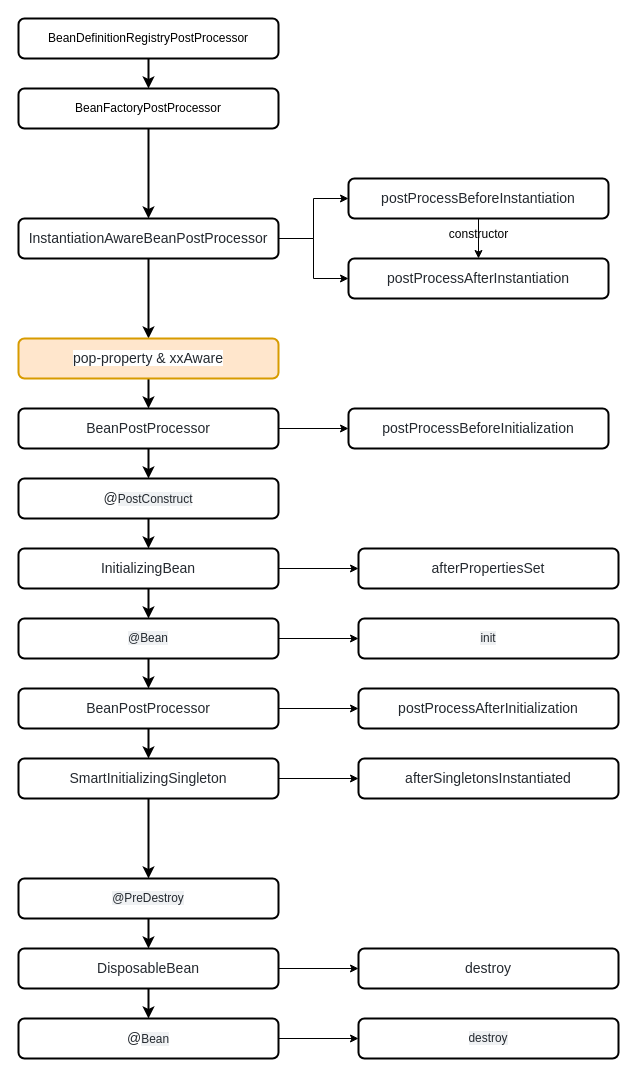
The draw.io diagram diagram/02.spring-bean.drawio in Alice52/spring-5.2.x, before the edit. Source tidied: cells renumbered, new cells numbered last; positions are measured from the earlier drawing's top-left corner, leaving out a move shared by most shapes. Both pictures are drawn from the tidied source at 100%, with x=0, y=0 at pixel (18, 18).
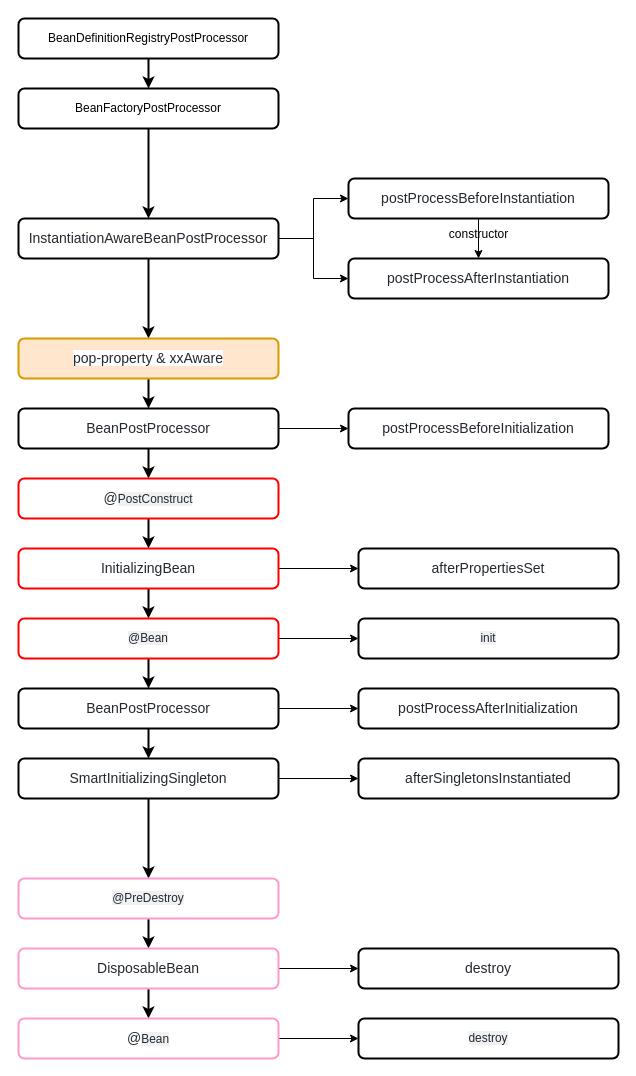
After the change.

Commit message (it also covers changes not shown here):
bean: add bean definition load flow

What changed in the source:
```diff
@@
-    <mxCell id="20" value="&lt;span style=&quot;color: rgb(36 , 41 , 47) ; font-family: , &amp;#34;blinkmacsystemfont&amp;#34; , &amp;#34;segoe ui&amp;#34; , &amp;#34;helvetica&amp;#34; , &amp;#34;arial&amp;#34; , sans-serif , &amp;#34;apple color emoji&amp;#34; , &amp;#34;segoe ui emoji&amp;#34; ; font-size: 14px ; text-align: left ; background-color: rgb(255 , 255 , 255)&quot;&gt;@&lt;/span&gt;&lt;span style=&quot;color: rgb(36 , 41 , 47) ; font-family: , , &amp;#34;sf mono&amp;#34; , &amp;#34;menlo&amp;#34; , &amp;#34;consolas&amp;#34; , &amp;#34;liberation mono&amp;#34; , monospace ; font-size: 11.9px ; text-align: left ; background-color: rgba(175 , 184 , 193 , 0.2)&quot;&gt;PostConstruct&lt;/span&gt;" style="rounded=1;whiteSpace=wrap;html=1;strokeWidth=2;fontStyle=0;" parent="1" vertex="1">
+    <mxCell id="20" value="&lt;span style=&quot;color: rgb(36 , 41 , 47) ; font-family: , &amp;#34;blinkmacsystemfont&amp;#34; , &amp;#34;segoe ui&amp;#34; , &amp;#34;helvetica&amp;#34; , &amp;#34;arial&amp;#34; , sans-serif , &amp;#34;apple color emoji&amp;#34; , &amp;#34;segoe ui emoji&amp;#34; ; font-size: 14px ; text-align: left ; background-color: rgb(255 , 255 , 255)&quot;&gt;@&lt;/span&gt;&lt;span style=&quot;color: rgb(36 , 41 , 47) ; font-family: , , &amp;#34;sf mono&amp;#34; , &amp;#34;menlo&amp;#34; , &amp;#34;consolas&amp;#34; , &amp;#34;liberation mono&amp;#34; , monospace ; font-size: 11.9px ; text-align: left ; background-color: rgba(175 , 184 , 193 , 0.2)&quot;&gt;PostConstruct&lt;/span&gt;" style="rounded=1;whiteSpace=wrap;html=1;strokeWidth=2;fontStyle=0;strokeColor=#FF0000;" parent="1" vertex="1">
       <mxGeometry y="460" width="260" height="40" as="geometry" />
     </mxCell>
@@
-    <mxCell id="23" value="&lt;span style=&quot;color: rgb(36, 41, 47); font-size: 14px; font-style: normal; font-weight: 400; letter-spacing: normal; text-align: left; text-indent: 0px; text-transform: none; word-spacing: 0px; background-color: rgb(255, 255, 255); display: inline; float: none;&quot;&gt;InitializingBean&lt;/span&gt;" style="rounded=1;whiteSpace=wrap;html=1;strokeWidth=2;fontStyle=0;" parent="1" vertex="1">
+    <mxCell id="23" value="&lt;span style=&quot;color: rgb(36, 41, 47); font-size: 14px; font-style: normal; font-weight: 400; letter-spacing: normal; text-align: left; text-indent: 0px; text-transform: none; word-spacing: 0px; background-color: rgb(255, 255, 255); display: inline; float: none;&quot;&gt;InitializingBean&lt;/span&gt;" style="rounded=1;whiteSpace=wrap;html=1;strokeWidth=2;fontStyle=0;strokeColor=#FF0000;" parent="1" vertex="1">
       <mxGeometry y="530" width="260" height="40" as="geometry" />
     </mxCell>
@@
-    <mxCell id="27" value="&lt;span style=&quot;color: rgb(36 , 41 , 47) ; font-family: , , &amp;#34;sf mono&amp;#34; , &amp;#34;menlo&amp;#34; , &amp;#34;consolas&amp;#34; , &amp;#34;liberation mono&amp;#34; , monospace ; font-size: 11.9px ; text-align: left ; background-color: rgba(175 , 184 , 193 , 0.2)&quot;&gt;@Bean&lt;/span&gt;" style="rounded=1;whiteSpace=wrap;html=1;strokeWidth=2;fontStyle=0;" parent="1" vertex="1">
+    <mxCell id="27" value="&lt;span style=&quot;color: rgb(36 , 41 , 47) ; font-family: , , &amp;#34;sf mono&amp;#34; , &amp;#34;menlo&amp;#34; , &amp;#34;consolas&amp;#34; , &amp;#34;liberation mono&amp;#34; , monospace ; font-size: 11.9px ; text-align: left ; background-color: rgba(175 , 184 , 193 , 0.2)&quot;&gt;@Bean&lt;/span&gt;" style="rounded=1;whiteSpace=wrap;html=1;strokeWidth=2;fontStyle=0;strokeColor=#FF0000;" parent="1" vertex="1">
       <mxGeometry y="600" width="260" height="40" as="geometry" />
     </mxCell>
@@
-    <mxCell id="38" value="&lt;span style=&quot;color: rgb(36 , 41 , 47) ; font-family: , , &amp;#34;sf mono&amp;#34; , &amp;#34;menlo&amp;#34; , &amp;#34;consolas&amp;#34; , &amp;#34;liberation mono&amp;#34; , monospace ; font-size: 11.9px ; text-align: left ; background-color: rgba(175 , 184 , 193 , 0.2)&quot;&gt;@PreDestroy&lt;/span&gt;" style="rounded=1;whiteSpace=wrap;html=1;strokeWidth=2;fontStyle=0;" parent="1" vertex="1">
+    <mxCell id="38" value="&lt;span style=&quot;color: rgb(36 , 41 , 47) ; font-family: , , &amp;#34;sf mono&amp;#34; , &amp;#34;menlo&amp;#34; , &amp;#34;consolas&amp;#34; , &amp;#34;liberation mono&amp;#34; , monospace ; font-size: 11.9px ; text-align: left ; background-color: rgba(175 , 184 , 193 , 0.2)&quot;&gt;@PreDestroy&lt;/span&gt;" style="rounded=1;whiteSpace=wrap;html=1;strokeWidth=2;fontStyle=0;strokeColor=#FF99CC;" parent="1" vertex="1">
       <mxGeometry y="860" width="260" height="40" as="geometry" />
     </mxCell>
@@
-    <mxCell id="41" value="&lt;span style=&quot;color: rgb(36, 41, 47); font-size: 14px; font-style: normal; font-weight: 400; letter-spacing: normal; text-align: left; text-indent: 0px; text-transform: none; word-spacing: 0px; background-color: rgb(255, 255, 255); display: inline; float: none;&quot;&gt;DisposableBean&lt;/span&gt;" style="rounded=1;whiteSpace=wrap;html=1;strokeWidth=2;fontStyle=0;" parent="1" vertex="1">
+    <mxCell id="41" value="&lt;span style=&quot;color: rgb(36, 41, 47); font-size: 14px; font-style: normal; font-weight: 400; letter-spacing: normal; text-align: left; text-indent: 0px; text-transform: none; word-spacing: 0px; background-color: rgb(255, 255, 255); display: inline; float: none;&quot;&gt;DisposableBean&lt;/span&gt;" style="rounded=1;whiteSpace=wrap;html=1;strokeWidth=2;fontStyle=0;strokeColor=#FF99CC;" parent="1" vertex="1">
       <mxGeometry y="930" width="260" height="40" as="geometry" />
     </mxCell>
@@
-    <mxCell id="44" value="&lt;span style=&quot;color: rgb(36 , 41 , 47) ; font-size: 14px ; font-style: normal ; font-weight: 400 ; letter-spacing: normal ; text-align: left ; text-indent: 0px ; text-transform: none ; word-spacing: 0px ; background-color: rgb(255 , 255 , 255) ; display: inline ; float: none&quot;&gt;@&lt;/span&gt;&lt;span style=&quot;color: rgb(36 , 41 , 47) ; font-family: , , &amp;#34;sf mono&amp;#34; , &amp;#34;menlo&amp;#34; , &amp;#34;consolas&amp;#34; , &amp;#34;liberation mono&amp;#34; , monospace ; font-size: 11.9px ; text-align: left ; background-color: rgba(175 , 184 , 193 , 0.2)&quot;&gt;Bean&lt;/span&gt;" style="rounded=1;whiteSpace=wrap;html=1;strokeWidth=2;fontStyle=0;" parent="1" vertex="1">
+    <mxCell id="44" value="&lt;span style=&quot;color: rgb(36 , 41 , 47) ; font-size: 14px ; font-style: normal ; font-weight: 400 ; letter-spacing: normal ; text-align: left ; text-indent: 0px ; text-transform: none ; word-spacing: 0px ; background-color: rgb(255 , 255 , 255) ; display: inline ; float: none&quot;&gt;@&lt;/span&gt;&lt;span style=&quot;color: rgb(36 , 41 , 47) ; font-family: , , &amp;#34;sf mono&amp;#34; , &amp;#34;menlo&amp;#34; , &amp;#34;consolas&amp;#34; , &amp;#34;liberation mono&amp;#34; , monospace ; font-size: 11.9px ; text-align: left ; background-color: rgba(175 , 184 , 193 , 0.2)&quot;&gt;Bean&lt;/span&gt;" style="rounded=1;whiteSpace=wrap;html=1;strokeWidth=2;fontStyle=0;strokeColor=#FF99CC;" parent="1" vertex="1">
       <mxGeometry y="1000" width="260" height="40" as="geometry" />
     </mxCell>
```
